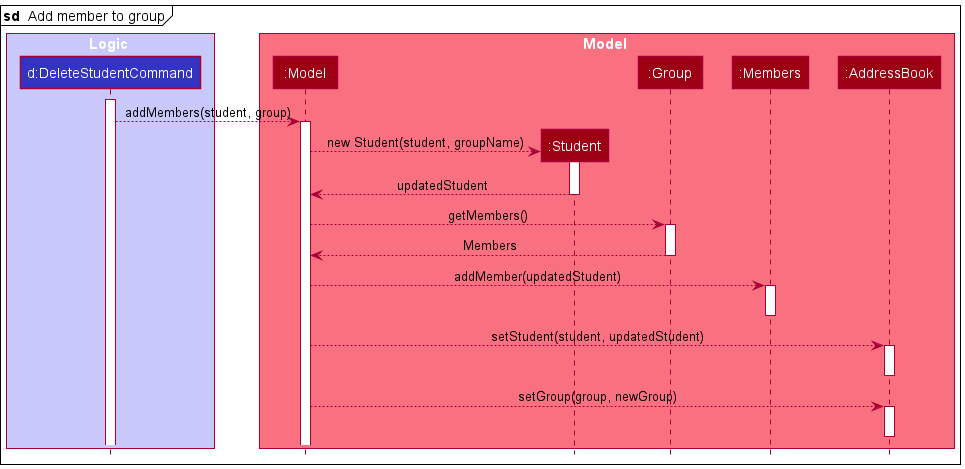
The PlantUML diagram docs/images/AddMemberRefSequenceDiagram.png in nus-cs2103-AY2122S1/tp, before a commit.
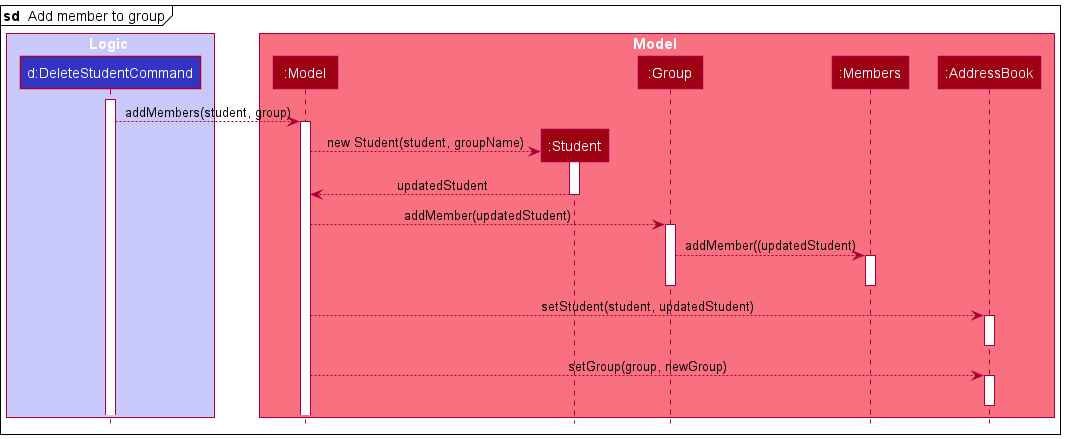
The same diagram one commit later.

Commit message:
Update UML and wording in DG, refactored code to improve quality

Diff of the diagram source:
```diff
@@ -26,14 +26,13 @@
 Student --> Model : updatedStudent
 deactivate Student
 
-Model --> Group : getMembers()
+Model --> Group : addMember(updatedStudent)
 activate Group
-Group --> Model : Members
+Group --> Members : addMember((updatedStudent)
+activate Members
+deactivate Members
 deactivate Group
 
-Model --> Members : addMember(updatedStudent)
-activate Members
-deactivate Members
 
 Model --> Ab : setStudent(student, updatedStudent)
 activate Ab
```
